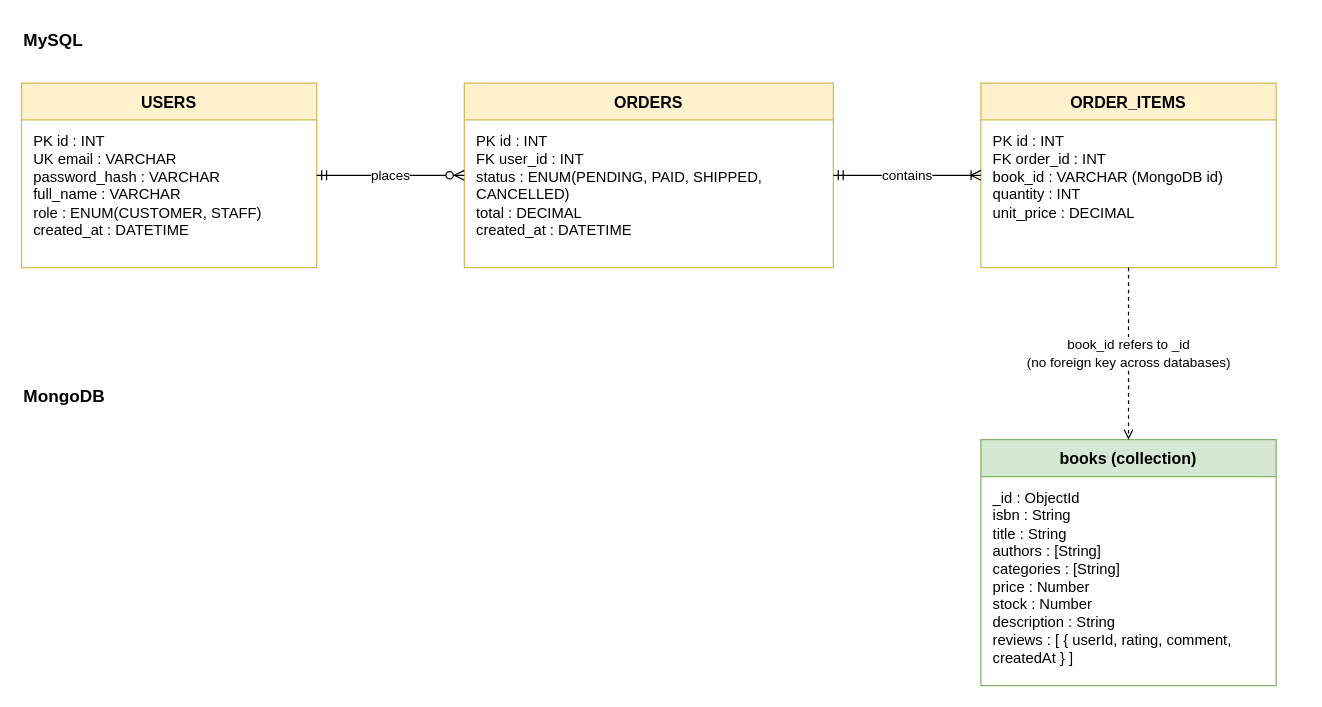
The draw.io diagram docs/02-design/diagrams/database-er.drawio in KFUPMer/csce310-bookstore, before the edit. Source tidied: cells renumbered, new cells numbered last; positions are measured from the earlier drawing's top-left corner, leaving out a move shared by most shapes. Both pictures are drawn from the tidied source at 123%, with x=0, y=0 at pixel (21, 21).
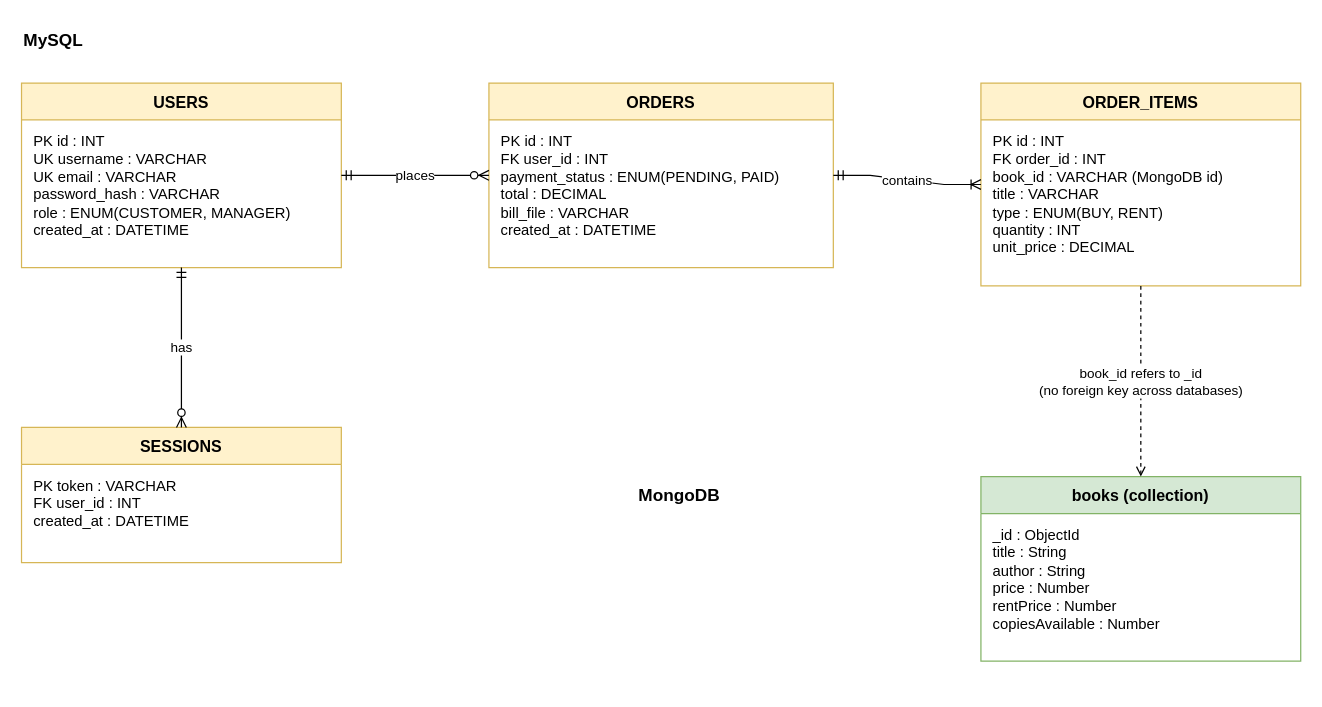
The same page after the edit.

The edit, as a diff of the source:
```diff
@@
 <mxGraphModel>
   <root>
     <mxCell id="0" />
     <mxCell id="1" parent="0" />
     <mxCell id="2" value="MySQL" style="text;html=1;align=left;verticalAlign=middle;fontStyle=1;fontSize=14;" parent="1" vertex="1">
       <mxGeometry width="200" height="30" as="geometry" />
     </mxCell>
+    <mxCell id="11" value="MongoDB" style="text;html=1;align=left;verticalAlign=middle;fontStyle=1;fontSize=14;" parent="1" vertex="1">
+      <mxGeometry x="500" y="370" width="200" height="30" as="geometry" />
+    </mxCell>
     <mxCell id="3" value="USERS" style="swimlane;fontStyle=1;horizontal=1;startSize=30;fillColor=#fff2cc;strokeColor=#d6b656;fontSize=13;" parent="1" vertex="1">
-      <mxGeometry y="50" width="240" height="150" as="geometry" />
+      <mxGeometry y="50" width="260" height="150" as="geometry" />
     </mxCell>
-    <mxCell id="4" value="PK  id : INT&#10;UK  email : VARCHAR&#10;password_hash : VARCHAR&#10;full_name : VARCHAR&#10;role : ENUM(CUSTOMER, STAFF)&#10;created_at : DATETIME" style="text;strokeColor=none;fillColor=none;align=left;verticalAlign=top;spacingLeft=8;spacingTop=4;whiteSpace=wrap;fontSize=12;" parent="3" vertex="1">
-      <mxGeometry y="30" width="240" height="120" as="geometry" />
+    <mxCell id="4" value="PK  id : INT&#10;UK  username : VARCHAR&#10;UK  email : VARCHAR&#10;password_hash : VARCHAR&#10;role : ENUM(CUSTOMER, MANAGER)&#10;created_at : DATETIME" style="text;strokeColor=none;fillColor=none;align=left;verticalAlign=top;spacingLeft=8;spacingTop=4;whiteSpace=wrap;fontSize=12;" parent="3" vertex="1">
+      <mxGeometry y="30" width="260" height="120" as="geometry" />
     </mxCell>
+    <mxCell id="15" value="SESSIONS" style="swimlane;fontStyle=1;horizontal=1;startSize=30;fillColor=#fff2cc;strokeColor=#d6b656;fontSize=13;" parent="1" vertex="1">
+      <mxGeometry y="330" width="260" height="110" as="geometry" />
+    </mxCell>
+    <mxCell id="16" value="PK  token : VARCHAR&#10;FK  user_id : INT&#10;created_at : DATETIME" style="text;strokeColor=none;fillColor=none;align=left;verticalAlign=top;spacingLeft=8;spacingTop=4;whiteSpace=wrap;fontSize=12;" parent="15" vertex="1">
+      <mxGeometry y="30" width="260" height="80" as="geometry" />
+    </mxCell>
     <mxCell id="5" value="ORDERS" style="swimlane;fontStyle=1;horizontal=1;startSize=30;fillColor=#fff2cc;strokeColor=#d6b656;fontSize=13;" parent="1" vertex="1">
-      <mxGeometry x="360" y="50" width="300" height="150" as="geometry" />
+      <mxGeometry x="380" y="50" width="280" height="150" as="geometry" />
     </mxCell>
-    <mxCell id="6" value="PK  id : INT&#10;FK  user_id : INT&#10;status : ENUM(PENDING, PAID, SHIPPED, CANCELLED)&#10;total : DECIMAL&#10;created_at : DATETIME" style="text;strokeColor=none;fillColor=none;align=left;verticalAlign=top;spacingLeft=8;spacingTop=4;whiteSpace=wrap;fontSize=12;" parent="5" vertex="1">
-      <mxGeometry y="30" width="300" height="120" as="geometry" />
+    <mxCell id="6" value="PK  id : INT&#10;FK  user_id : INT&#10;payment_status : ENUM(PENDING, PAID)&#10;total : DECIMAL&#10;bill_file : VARCHAR&#10;created_at : DATETIME" style="text;strokeColor=none;fillColor=none;align=left;verticalAlign=top;spacingLeft=8;spacingTop=4;whiteSpace=wrap;fontSize=12;" parent="5" vertex="1">
+      <mxGeometry y="30" width="280" height="120" as="geometry" />
     </mxCell>
     <mxCell id="7" value="ORDER_ITEMS" style="swimlane;fontStyle=1;horizontal=1;startSize=30;fillColor=#fff2cc;strokeColor=#d6b656;fontSize=13;" parent="1" vertex="1">
-      <mxGeometry x="780" y="50" width="240" height="150" as="geometry" />
+      <mxGeometry x="780" y="50" width="260" height="165" as="geometry" />
     </mxCell>
-    <mxCell id="8" value="PK  id : INT&#10;FK  order_id : INT&#10;book_id : VARCHAR (MongoDB id)&#10;quantity : INT&#10;unit_price : DECIMAL" style="text;strokeColor=none;fillColor=none;align=left;verticalAlign=top;spacingLeft=8;spacingTop=4;whiteSpace=wrap;fontSize=12;" parent="7" vertex="1">
-      <mxGeometry y="30" width="240" height="120" as="geometry" />
+    <mxCell id="8" value="PK  id : INT&#10;FK  order_id : INT&#10;book_id : VARCHAR (MongoDB id)&#10;title : VARCHAR&#10;type : ENUM(BUY, RENT)&#10;quantity : INT&#10;unit_price : DECIMAL" style="text;strokeColor=none;fillColor=none;align=left;verticalAlign=top;spacingLeft=8;spacingTop=4;whiteSpace=wrap;fontSize=12;" parent="7" vertex="1">
+      <mxGeometry y="30" width="260" height="135" as="geometry" />
     </mxCell>
+    <mxCell id="12" value="books (collection)" style="swimlane;fontStyle=1;horizontal=1;startSize=30;fillColor=#d5e8d4;strokeColor=#82b366;fontSize=13;" parent="1" vertex="1">
+      <mxGeometry x="780" y="370" width="260" height="150" as="geometry" />
+    </mxCell>
+    <mxCell id="13" value="_id : ObjectId&#10;title : String&#10;author : String&#10;price : Number&#10;rentPrice : Number&#10;copiesAvailable : Number" style="text;strokeColor=none;fillColor=none;align=left;verticalAlign=top;spacingLeft=8;spacingTop=4;whiteSpace=wrap;fontSize=12;" parent="12" vertex="1">
+      <mxGeometry y="30" width="260" height="120" as="geometry" />
+    </mxCell>
     <mxCell id="9" value="places" style="edgeStyle=entityRelationEdgeStyle;endArrow=ERzeroToMany;startArrow=ERmandOne;html=1;rounded=0;fontSize=11;" parent="1" edge="1" source="3" target="5">
       <mxGeometry relative="1" as="geometry" />
     </mxCell>
     <mxCell id="10" value="contains" style="edgeStyle=entityRelationEdgeStyle;endArrow=ERoneToMany;startArrow=ERmandOne;html=1;rounded=0;fontSize=11;" parent="1" edge="1" source="5" target="7">
       <mxGeometry relative="1" as="geometry" />
     </mxCell>
-    <mxCell id="11" value="MongoDB" style="text;html=1;align=left;verticalAlign=middle;fontStyle=1;fontSize=14;" parent="1" vertex="1">
-      <mxGeometry y="290" width="200" height="30" as="geometry" />
-    </mxCell>
-    <mxCell id="12" value="books (collection)" style="swimlane;fontStyle=1;horizontal=1;startSize=30;fillColor=#d5e8d4;strokeColor=#82b366;fontSize=13;" parent="1" vertex="1">
-      <mxGeometry x="780" y="340" width="240" height="200" as="geometry" />
-    </mxCell>
-    <mxCell id="13" value="_id : ObjectId&#10;isbn : String&#10;title : String&#10;authors : [String]&#10;categories : [String]&#10;price : Number&#10;stock : Number&#10;description : String&#10;reviews : [ { userId, rating, comment, createdAt } ]" style="text;strokeColor=none;fillColor=none;align=left;verticalAlign=top;spacingLeft=8;spacingTop=4;whiteSpace=wrap;fontSize=12;" parent="12" vertex="1">
-      <mxGeometry y="30" width="240" height="170" as="geometry" />
-    </mxCell>
+    <mxCell id="17" value="has" style="endArrow=ERzeroToMany;startArrow=ERmandOne;html=1;rounded=0;fontSize=11;" parent="1" edge="1" source="3" target="15">
+      <mxGeometry relative="1" as="geometry" />
+    </mxCell>
-    <mxCell id="14" value="book_id refers to _id&#10;(no foreign key across databases)" style="endArrow=open;dashed=1;html=1;rounded=0;fontSize=11;" parent="1" edge="1" source="7" target="12">
+    <mxCell id="14" value="book_id refers to _id&#10;(no foreign key across databases)" style="dashed=1;endArrow=open;startArrow=none;html=1;rounded=0;fontSize=11;" parent="1" edge="1" source="7" target="12">
       <mxGeometry relative="1" as="geometry" />
     </mxCell>
   </root>
 </mxGraphModel>
```
